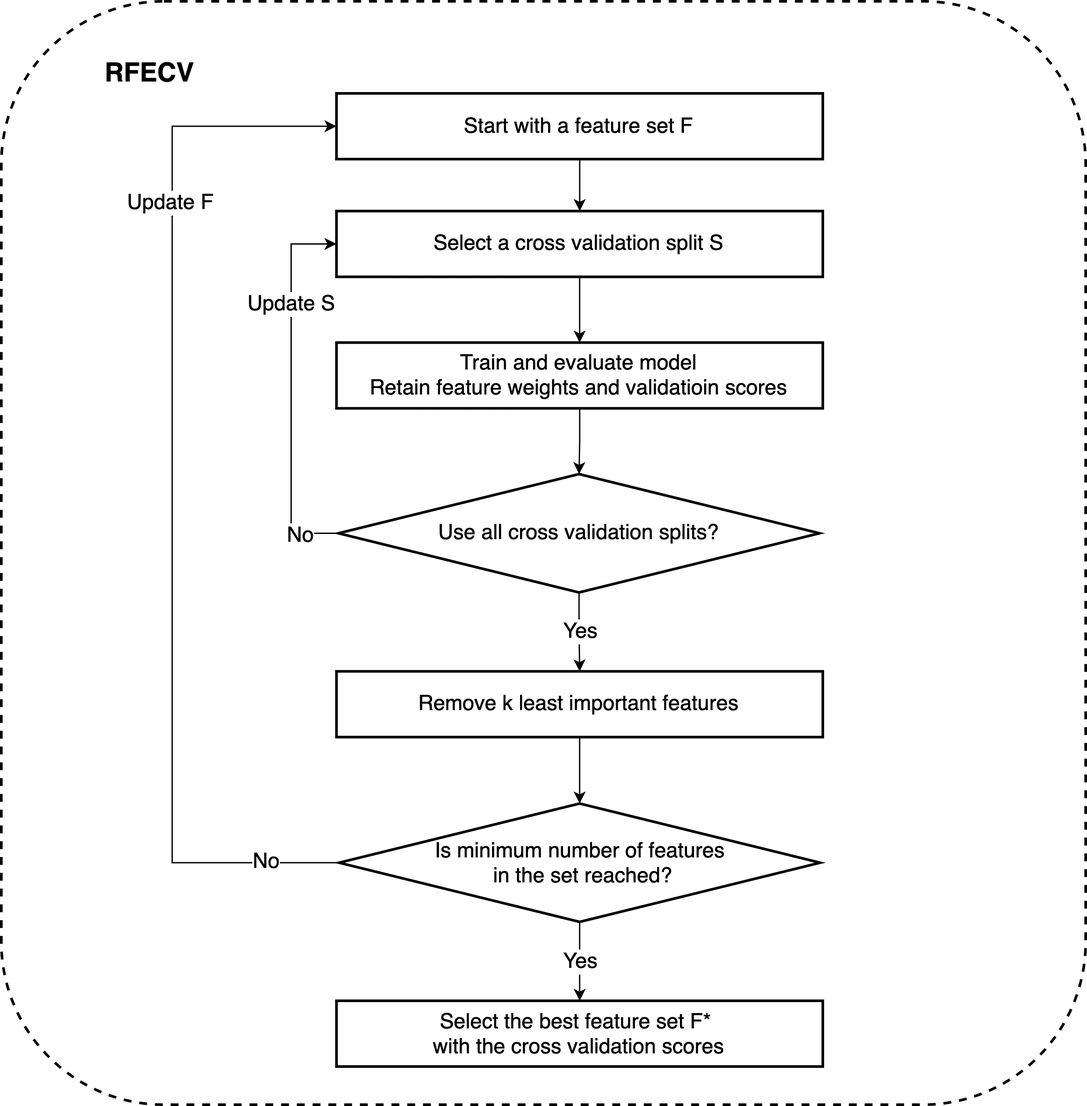
This is fig/rfecv.png from mhhsu2/min-ms-thesis, a draw.io export, as it was before one commit. Source tidied: cells renumbered, new cells last; positions are measured from the earlier drawing's top-left corner, leaving out a move shared by most shapes. The source it was exported from:
```xml
<mxGraphModel>
  <root>
    <mxCell id="0" />
    <mxCell id="1" parent="0" />
    <mxCell id="2" style="rounded=1;whiteSpace=wrap;html=1;fontSize=16;strokeWidth=2;fillColor=none;dashed=1;" parent="1" vertex="1">
      <mxGeometry x="-0.5" y="0.5" width="825" height="839" as="geometry" />
    </mxCell>
    <mxCell id="3" style="edgeStyle=orthogonalEdgeStyle;rounded=0;jettySize=auto;html=1;" parent="1" edge="1" source="4" target="6">
      <mxGeometry relative="1" as="geometry" />
    </mxCell>
    <mxCell id="4" value="&lt;span style=&quot;font-size: 16px&quot;&gt;Start with a feature set F&lt;/span&gt;" style="whiteSpace=wrap;html=1;rounded=0;strokeWidth=2;" parent="1" vertex="1">
      <mxGeometry x="254.5" y="70.5" width="370" height="50" as="geometry" />
    </mxCell>
    <mxCell id="5" style="edgeStyle=orthogonalEdgeStyle;rounded=0;jettySize=auto;html=1;" parent="1" edge="1" source="6" target="8">
      <mxGeometry relative="1" as="geometry" />
    </mxCell>
    <mxCell id="6" value="&lt;span style=&quot;font-size: 16px&quot;&gt;Select a cross validation split S&lt;/span&gt;" style="whiteSpace=wrap;html=1;rounded=0;strokeWidth=2;" parent="1" vertex="1">
      <mxGeometry x="254.5" y="160" width="370" height="50" as="geometry" />
    </mxCell>
    <mxCell id="7" style="edgeStyle=orthogonalEdgeStyle;rounded=0;jettySize=auto;html=1;fontSize=18;" parent="1" edge="1" source="8" target="17">
      <mxGeometry relative="1" as="geometry" />
    </mxCell>
    <mxCell id="8" value="&lt;span style=&quot;font-size: 16px&quot;&gt;Train and evaluate model&lt;br&gt;Retain feature weights and validatioin scores&lt;br&gt;&lt;/span&gt;" style="whiteSpace=wrap;html=1;rounded=0;strokeWidth=2;" parent="1" vertex="1">
      <mxGeometry x="254.5" y="260" width="370" height="50" as="geometry" />
    </mxCell>
    <mxCell id="9" style="edgeStyle=orthogonalEdgeStyle;rounded=0;jettySize=auto;html=1;fontSize=16;" parent="1" edge="1" source="10" target="22">
      <mxGeometry relative="1" as="geometry" />
    </mxCell>
    <mxCell id="10" value="&lt;span style=&quot;font-size: 16px&quot;&gt;Remove k least important features&lt;br&gt;&lt;/span&gt;" style="whiteSpace=wrap;html=1;rounded=0;strokeWidth=2;" parent="1" vertex="1">
      <mxGeometry x="254.5" y="510" width="370" height="50" as="geometry" />
    </mxCell>
    <mxCell id="11" value="&lt;span style=&quot;font-size: 16px&quot;&gt;Select the best feature set F* &lt;br&gt;with the cross validation scores&lt;br&gt;&lt;/span&gt;" style="whiteSpace=wrap;html=1;rounded=0;strokeWidth=2;" parent="1" vertex="1">
      <mxGeometry x="254.5" y="760.5" width="370" height="50" as="geometry" />
    </mxCell>
    <mxCell id="12" value="RFECV" style="text;html=1;align=center;verticalAlign=middle;strokeColor=none;fontSize=20;fontStyle=1;" parent="1" vertex="1">
      <mxGeometry x="72" y="40" width="80" height="30" as="geometry" />
    </mxCell>
    <mxCell id="13" value="Yes" style="edgeStyle=orthogonalEdgeStyle;rounded=0;jettySize=auto;html=1;fontSize=16;" parent="1" edge="1" source="17" target="10">
      <mxGeometry relative="1" as="geometry" />
    </mxCell>
    <mxCell id="14" style="edgeStyle=orthogonalEdgeStyle;rounded=0;jettySize=auto;html=1;entryX=0;entryY=0.5;entryDx=0;entryDy=0;fontSize=18;exitX=0;exitY=0.5;exitDx=0;exitDy=0;exitPerimeter=0;" parent="1" edge="1" source="17" target="6">
      <mxGeometry relative="1" as="geometry">
        <Array as="points">
          <mxPoint x="220" y="405" />
          <mxPoint x="220" y="185" />
        </Array>
      </mxGeometry>
    </mxCell>
    <mxCell id="15" value="No" style="edgeLabel;html=1;align=center;verticalAlign=middle;fontSize=16;" parent="14" vertex="1">
      <mxGeometry x="-0.8" y="1" relative="1" as="geometry" />
    </mxCell>
    <mxCell id="16" value="Update S" style="edgeLabel;html=1;align=center;verticalAlign=middle;fontSize=16;" parent="14" vertex="1">
      <mxGeometry x="0.51" y="1" relative="1" as="geometry">
        <mxPoint y="8" as="offset" />
      </mxGeometry>
    </mxCell>
    <mxCell id="17" value="Use all cross validation splits?" style="strokeWidth=2;html=1;shape=mxgraph.flowchart.decision;whiteSpace=wrap;rounded=0;shadow=0;glass=1;sketch=0;fontSize=16;" parent="1" vertex="1">
      <mxGeometry x="256" y="360" width="366" height="90" as="geometry" />
    </mxCell>
    <mxCell id="18" value="Yes" style="edgeStyle=orthogonalEdgeStyle;rounded=0;jettySize=auto;html=1;fontSize=16;" parent="1" edge="1" source="22" target="11">
      <mxGeometry relative="1" as="geometry" />
    </mxCell>
    <mxCell id="19" style="edgeStyle=orthogonalEdgeStyle;rounded=0;jettySize=auto;html=1;exitX=0;exitY=0.5;exitDx=0;exitDy=0;exitPerimeter=0;entryX=0;entryY=0.5;entryDx=0;entryDy=0;fontSize=16;" parent="1" edge="1" source="22" target="4">
      <mxGeometry relative="1" as="geometry">
        <Array as="points">
          <mxPoint x="129.5" y="655.5" />
          <mxPoint x="129.5" y="95.5" />
        </Array>
      </mxGeometry>
    </mxCell>
    <mxCell id="20" value="Update F" style="edgeLabel;html=1;align=center;verticalAlign=middle;fontSize=16;" parent="19" vertex="1">
      <mxGeometry x="0.55" y="2" relative="1" as="geometry" />
    </mxCell>
    <mxCell id="21" value="No" style="edgeLabel;html=1;align=center;verticalAlign=middle;fontSize=16;" parent="19" vertex="1">
      <mxGeometry x="-0.86" y="-1" relative="1" as="geometry" />
    </mxCell>
    <mxCell id="22" value="Is minimum number of features&lt;br&gt;&amp;nbsp;in the set reached?" style="strokeWidth=2;html=1;shape=mxgraph.flowchart.decision;whiteSpace=wrap;rounded=0;shadow=0;glass=1;sketch=0;fontSize=16;" parent="1" vertex="1">
      <mxGeometry x="256.5" y="610.5" width="366" height="90" as="geometry" />
    </mxCell>
  </root>
</mxGraphModel>
```
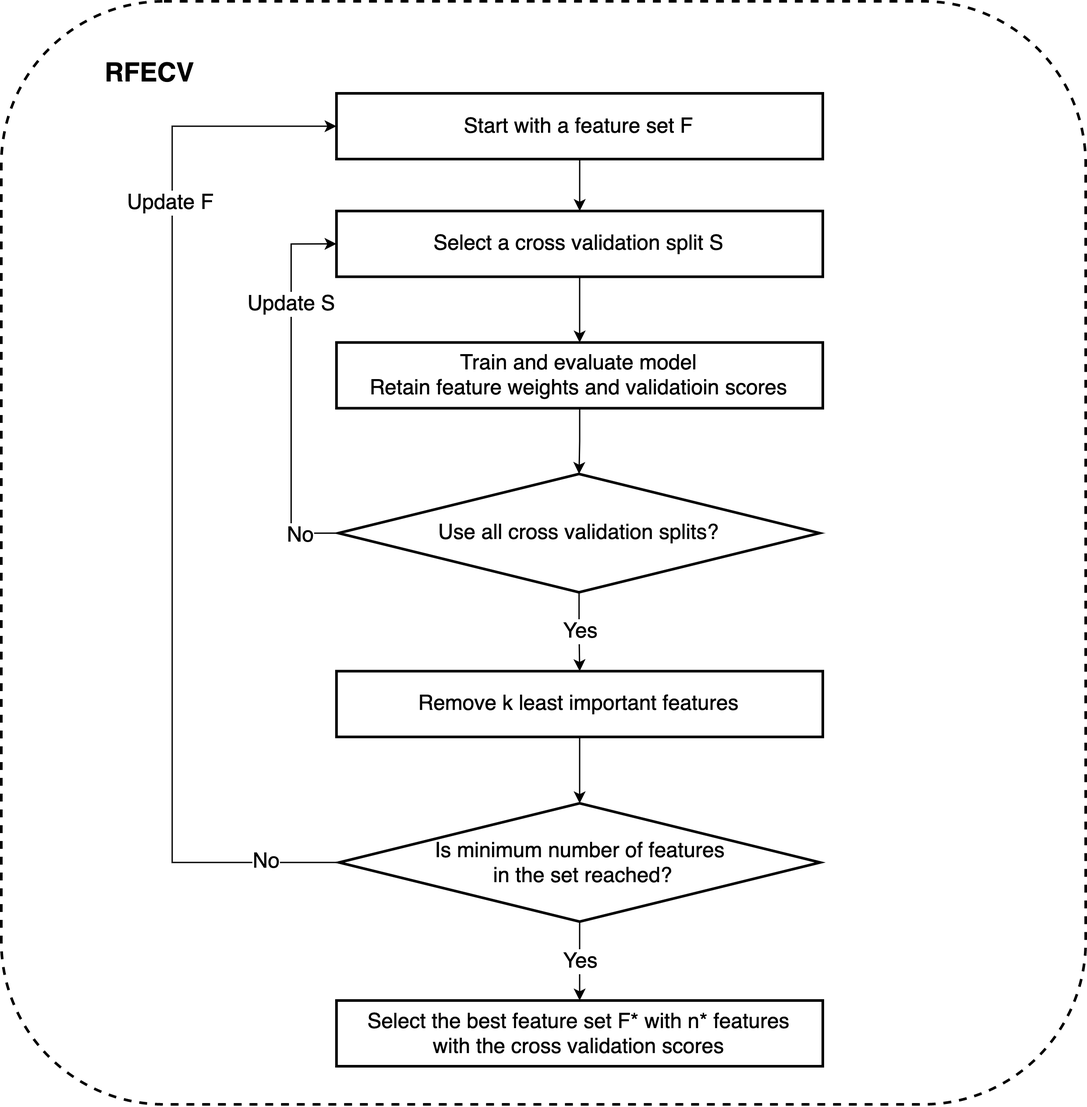
The same file after the commit.

What changed in the source:
```diff
@@ -29,7 +29,7 @@
     <mxCell id="10" value="&lt;span style=&quot;font-size: 16px&quot;&gt;Remove k least important features&lt;br&gt;&lt;/span&gt;" style="whiteSpace=wrap;html=1;rounded=0;strokeWidth=2;" parent="1" vertex="1">
       <mxGeometry x="254.5" y="510" width="370" height="50" as="geometry" />
     </mxCell>
-    <mxCell id="11" value="&lt;span style=&quot;font-size: 16px&quot;&gt;Select the best feature set F* &lt;br&gt;with the cross validation scores&lt;br&gt;&lt;/span&gt;" style="whiteSpace=wrap;html=1;rounded=0;strokeWidth=2;" parent="1" vertex="1">
+    <mxCell id="11" value="&lt;span style=&quot;font-size: 16px&quot;&gt;Select the best feature set F* with n* features&lt;br&gt;with the cross validation scores&lt;br&gt;&lt;/span&gt;" style="whiteSpace=wrap;html=1;rounded=0;strokeWidth=2;" parent="1" vertex="1">
       <mxGeometry x="254.5" y="760.5" width="370" height="50" as="geometry" />
     </mxCell>
     <mxCell id="12" value="RFECV" style="text;html=1;align=center;verticalAlign=middle;strokeColor=none;fontSize=20;fontStyle=1;" parent="1" vertex="1">
```
